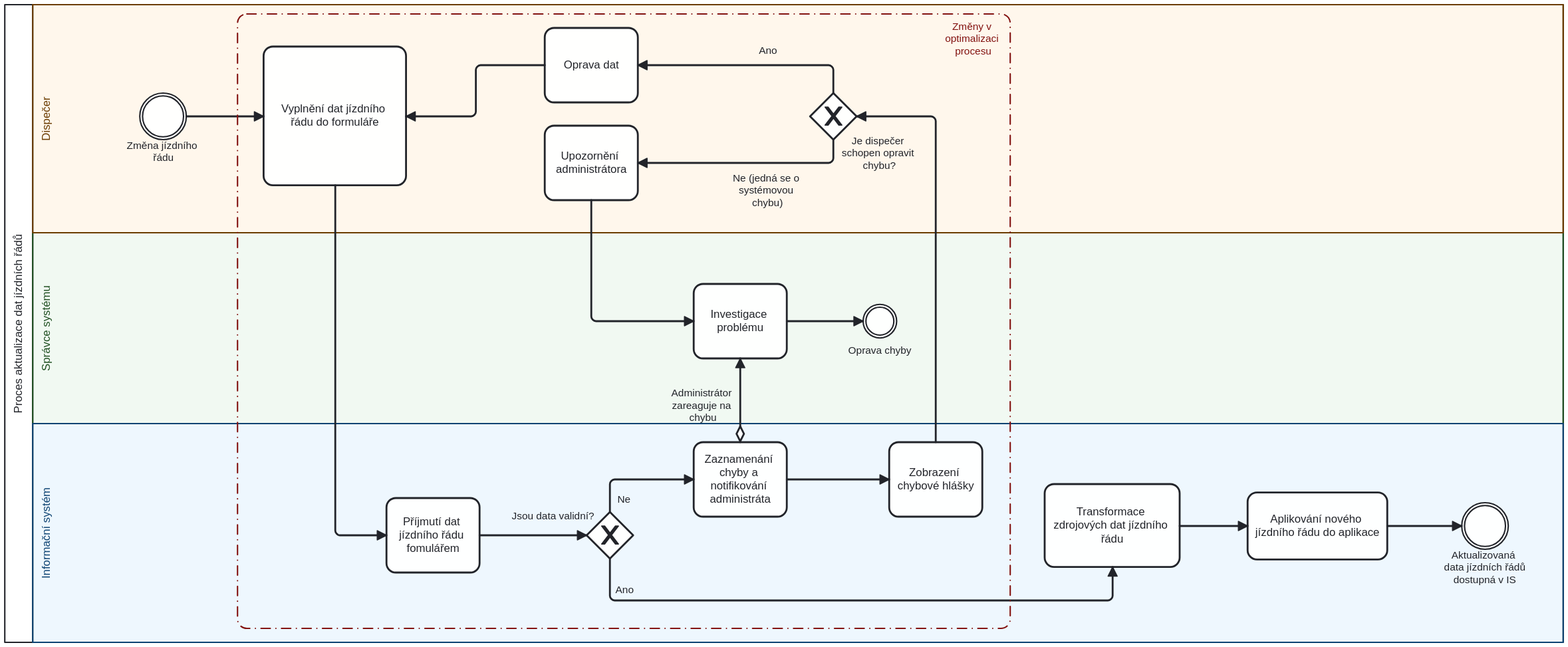
Before: images/Pr1_v2 Aktualizace dat jízdních řádů.svg, a diagram exported from BPMN (StrangerTwo/bachelor-thesis). Its source is kept beside it as images/Pr1_v2 Aktualizace dat jízdních řádů.bpmn. Ids are renumbered.
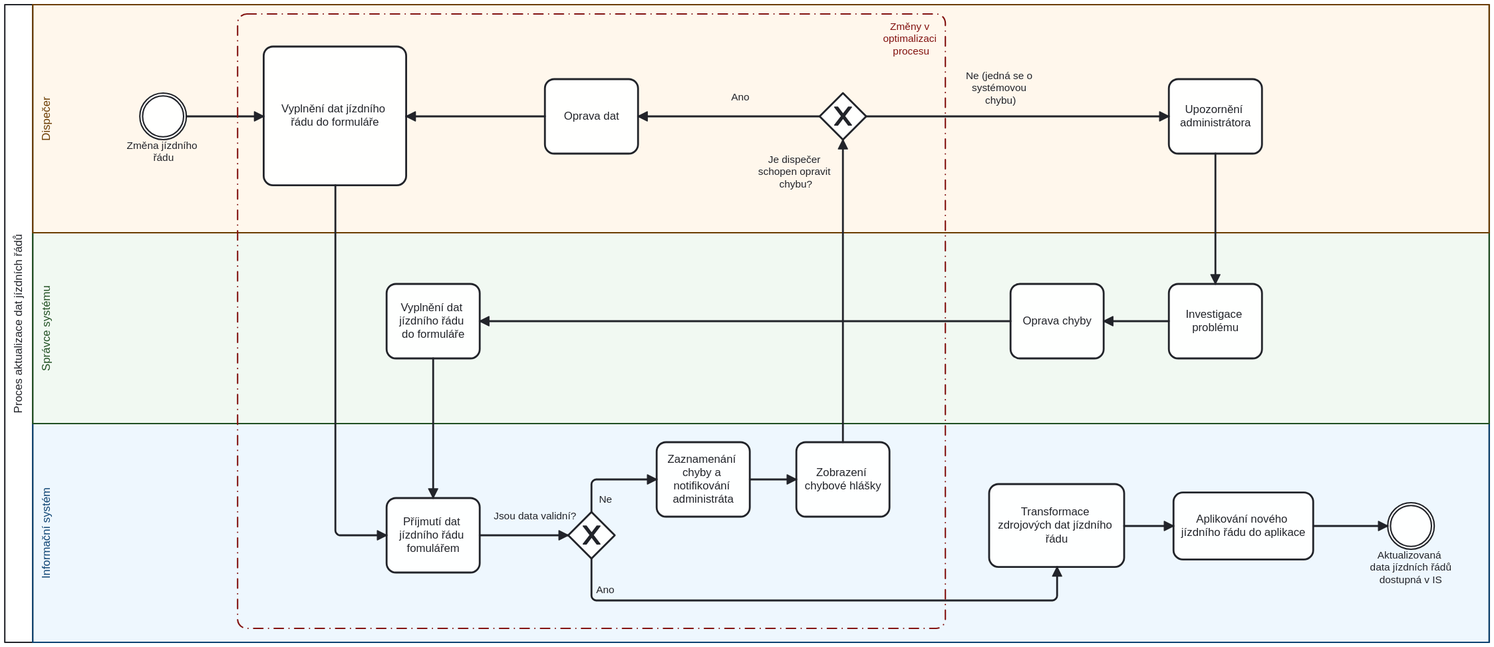
Later version of the same file.

Change to the diagram source:
```diff
@@ -1,4 +1,4 @@
-<definitions xmlns="http://www.omg.org/spec/BPMN/20100524/MODEL" xmlns:bpmndi="http://www.omg.org/spec/BPMN/20100524/DI" xmlns:di="http://www.omg.org/spec/DD/20100524/DI" xmlns:dc="http://www.omg.org/spec/DD/20100524/DC" xmlns:xsi="http://www.w3.org/2001/XMLSchema-instance" xmlns:bioc="http://bpmn.io/schema/bpmn/biocolor/1.0" xmlns:color="http://www.omg.org/spec/BPMN/non-normative/color/1.0" id="Definitions_Online_Order_Fulfillment" targetNamespace="http://example.com/bpmn" exporter="bpmn-js (https://demo.bpmn.io)" exporterVersion="18.10.1">
+<definitions xmlns="http://www.omg.org/spec/BPMN/20100524/MODEL" xmlns:bpmndi="http://www.omg.org/spec/BPMN/20100524/DI" xmlns:di="http://www.omg.org/spec/DD/20100524/DI" xmlns:dc="http://www.omg.org/spec/DD/20100524/DC" xmlns:xsi="http://www.w3.org/2001/XMLSchema-instance" xmlns:bioc="http://bpmn.io/schema/bpmn/biocolor/1.0" xmlns:color="http://www.omg.org/spec/BPMN/non-normative/color/1.0" id="Definitions_Online_Order_Fulfillment" targetNamespace="http://example.com/bpmn" exporter="bpmn-js (https://demo.bpmn.io)" exporterVersion="18.12.0">
   <message id="Message_Online_Order_Fulfillment" name="Online Order Fulfillment" />
   <collaboration id="Collaboration_Online_Order_Fulfillment">
     <participant id="Participant_Proces_aktualizace_dat_j_zdn_ch___d_" name="Proces aktualizace dat jízdních řádů" processRef="Process_Proces_aktualizace_dat_j_zdn_ch___d_" />
@@ -10,21 +10,22 @@
         <flowNodeRef>Zm_na_j_zdn_ho___du</flowNodeRef>
         <flowNodeRef>Informov_n__spr_vce_syst_mu_o_zm_n__j_zdn_ch___d_</flowNodeRef>
         <flowNodeRef>Activity_n3</flowNodeRef>
+        <flowNodeRef>Gateway_n5</flowNodeRef>
         <flowNodeRef>Activity_n4</flowNodeRef>
-        <flowNodeRef>Gateway_n5</flowNodeRef>
       </lane>
       <lane id="Lane_Spr_vce_syst_mu" name="Správce systému">
+        <flowNodeRef>Activity_n26</flowNodeRef>
         <flowNodeRef>Activity_n6</flowNodeRef>
-        <flowNodeRef>Event_n7</flowNodeRef>
+        <flowNodeRef>Activity_n27</flowNodeRef>
       </lane>
       <lane id="Lane_Informa_n__syst_m" name="Informační systém">
+        <flowNodeRef>Activity_n10</flowNodeRef>
+        <flowNodeRef>Gateway_n11</flowNodeRef>
         <flowNodeRef>Activity_n8</flowNodeRef>
         <flowNodeRef>Activity_n9</flowNodeRef>
-        <flowNodeRef>Activity_n10</flowNodeRef>
-        <flowNodeRef>Gateway_n11</flowNodeRef>
-        <flowNodeRef>Transformace_zdrojov_ch_dat_j_zdn_ho___du</flowNodeRef>
         <flowNodeRef>Nahr_n__dat_do_syst_mu</flowNodeRef>
         <flowNodeRef>Aktualizovan__data_j_zdn_ch___d__dostupn__v_IS</flowNodeRef>
+        <flowNodeRef>Transformace_zdrojov_ch_dat_j_zdn_ho___du</flowNodeRef>
       </lane>
     </laneSet>
     <sequenceFlow id="Flow_rel-Zm_na_j_zdn_ho___du-Informov_n__spr_vce_syst_mu_o_zm_n__j_zdn_ch___d_-forward" sourceRef="Zm_na_j_zdn_ho___du" targetRef="Informov_n__spr_vce_syst_mu_o_zm_n__j_zdn_ch___d_" />
@@ -35,10 +36,6 @@
     <sequenceFlow id="Flow_n15" sourceRef="Activity_n8" targetRef="Activity_n9" />
     <sequenceFlow id="Flow_n16" sourceRef="Activity_n9" targetRef="Gateway_n5" />
     <sequenceFlow id="Flow_n17" sourceRef="Activity_n4" targetRef="Activity_n6" />
-    <sequenceFlow id="Flow_n18" sourceRef="Activity_n6" targetRef="Event_n7" />
-    <sequenceFlow id="Flow_n19" name="Administrátor zareaguje na chybu" sourceRef="Activity_n8" targetRef="Activity_n6">
-      <conditionExpression xsi:type="tFormalExpression"></conditionExpression>
-    </sequenceFlow>
     <sequenceFlow id="Flow_n20" name="Ano" sourceRef="Gateway_n11" targetRef="Transformace_zdrojov_ch_dat_j_zdn_ho___du" />
     <sequenceFlow id="Flow_n21" sourceRef="Transformace_zdrojov_ch_dat_j_zdn_ho___du" targetRef="Nahr_n__dat_do_syst_mu" />
     <intermediateCatchEvent id="Zm_na_j_zdn_ho___du" name="Změna jízdního řádu" />
@@ -49,55 +46,62 @@
       <incoming>Flow_n24</incoming>
       <outgoing>Flow_n12</outgoing>
     </task>
+    <task id="Activity_n10" name="Příjmutí dat jízdního řádu fomulářem">
+      <incoming>Flow_n12</incoming>
+      <incoming>Flow_n28</incoming>
+      <outgoing>Flow_n13</outgoing>
+    </task>
+    <sequenceFlow id="Flow_n29" sourceRef="Activity_n6" targetRef="Activity_n27" />
+    <sequenceFlow id="Flow_n30" sourceRef="Activity_n27" targetRef="Activity_n26" />
+    <task id="Activity_n26" name="Vyplnění dat jízdního řádu do formuláře">
+      <incoming>Flow_n30</incoming>
+      <outgoing>Flow_n28</outgoing>
+    </task>
+    <sequenceFlow id="Flow_n28" sourceRef="Activity_n26" targetRef="Activity_n10" />
+    <exclusiveGateway id="Gateway_n11" name="Jsou data validní?">
+      <incoming>Flow_n13</incoming>
+      <outgoing>Flow_n14</outgoing>
+      <outgoing>Flow_n20</outgoing>
+    </exclusiveGateway>
     <task id="Activity_n3" name="Oprava dat">
       <incoming>Flow_n22</incoming>
       <outgoing>Flow_n24</outgoing>
     </task>
-    <task id="Activity_n4" name="Upozornění administrátora">
-      <incoming>Flow_n23</incoming>
-      <outgoing>Flow_n17</outgoing>
+    <task id="Activity_n8" name="Zaznamenání chyby a notifikování administráta">
+      <incoming>Flow_n14</incoming>
+      <outgoing>Flow_n15</outgoing>
+    </task>
+    <task id="Activity_n9" name="Zobrazení chybové hlášky">
+      <incoming>Flow_n15</incoming>
+      <outgoing>Flow_n16</outgoing>
     </task>
     <exclusiveGateway id="Gateway_n5" name="Je dispečer schopen opravit chybu?">
       <incoming>Flow_n16</incoming>
       <outgoing>Flow_n22</outgoing>
       <outgoing>Flow_n23</outgoing>
     </exclusiveGateway>
-    <task id="Activity_n6" name="Investigace problému">
-      <incoming>Flow_n17</incoming>
-      <incoming>Flow_n19</incoming>
-      <outgoing>Flow_n18</outgoing>
-    </task>
-    <intermediateThrowEvent id="Event_n7" name="Oprava chyby">
-      <incoming>Flow_n18</incoming>
-    </intermediateThrowEvent>
-    <task id="Activity_n8" name="Zaznamenání chyby a notifikování administráta">
-      <incoming>Flow_n14</incoming>
-      <outgoing>Flow_n15</outgoing>
-      <outgoing>Flow_n19</outgoing>
-    </task>
-    <task id="Activity_n9" name="Zobrazení chybové hlášky">
-      <incoming>Flow_n15</incoming>
-      <outgoing>Flow_n16</outgoing>
-    </task>
-    <task id="Activity_n10" name="Příjmutí dat jízdního řádu fomulářem">
-      <incoming>Flow_n12</incoming>
-      <outgoing>Flow_n13</outgoing>
-    </task>
-    <exclusiveGateway id="Gateway_n11" name="Jsou data validní?">
-      <incoming>Flow_n13</incoming>
-      <outgoing>Flow_n14</outgoing>
-      <outgoing>Flow_n20</outgoing>
-    </exclusiveGateway>
-    <task id="Transformace_zdrojov_ch_dat_j_zdn_ho___du" name="Transformace zdrojových dat jízdního řádu">
-      <incoming>Flow_n20</incoming>
-      <outgoing>Flow_n21</outgoing>
-    </task>
     <task id="Nahr_n__dat_do_syst_mu" name="Aplikování nového jízdního řádu do aplikace">
       <incoming>Flow_n21</incoming>
     </task>
     <intermediateCatchEvent id="Aktualizovan__data_j_zdn_ch___d__dostupn__v_IS" name="Aktualizovaná data jízdních řádů dostupná v IS">
       <incoming>Flow_rel-Nahr_n__dat_do_syst_mu-Nasazen__nov__verze_aplikace-forward</incoming>
     </intermediateCatchEvent>
+    <task id="Activity_n4" name="Upozornění administrátora">
+      <incoming>Flow_n23</incoming>
+      <outgoing>Flow_n17</outgoing>
+    </task>
+    <task id="Activity_n6" name="Investigace problému">
+      <incoming>Flow_n17</incoming>
+      <outgoing>Flow_n29</outgoing>
+    </task>
+    <task id="Activity_n27" name="Oprava chyby">
+      <incoming>Flow_n29</incoming>
+      <outgoing>Flow_n30</outgoing>
+    </task>
+    <task id="Transformace_zdrojov_ch_dat_j_zdn_ho___du" name="Transformace zdrojových dat jízdního řádu">
+      <incoming>Flow_n20</incoming>
+      <outgoing>Flow_n21</outgoing>
+    </task>
   </process>
   <category id="Category_n25">
     <categoryValue id="CategoryValue_n2" value="Změny v optimalizaci procesu" />
@@ -105,18 +109,18 @@
   <bpmndi:BPMNDiagram id="BPMNDiagram_1">
     <bpmndi:BPMNPlane id="BPMNPlane_1" bpmnElement="Collaboration_Online_Order_Fulfillment">
       <bpmndi:BPMNShape id="Participant_Proces_aktualizace_dat_j_zdn_ch___d__di" bpmnElement="Participant_Proces_aktualizace_dat_j_zdn_ch___d_" isHorizontal="true">
-        <dc:Bounds x="130" y="60" width="1674" height="685" />
-        <bpmndi:BPMNLabel />
-      </bpmndi:BPMNShape>
-      <bpmndi:BPMNShape id="LaneShape_Spr_vce_syst_mu" bpmnElement="Lane_Spr_vce_syst_mu" isHorizontal="true" bioc:stroke="#205022" bioc:fill="#c8e6c9" color:background-color="#c8e6c9" color:border-color="#205022">
-        <dc:Bounds x="160" y="305" width="1644" height="205" />
-      </bpmndi:BPMNShape>
-      <bpmndi:BPMNShape id="LaneShape_Dopravce" bpmnElement="Lane_Dopravce" isHorizontal="true" bioc:stroke="#6b3c00" bioc:fill="#ffe0b2" color:background-color="#ffe0b2" color:border-color="#6b3c00">
-        <dc:Bounds x="160" y="60" width="1644" height="245" />
+        <dc:Bounds x="130" y="60" width="1594" height="685" />
         <bpmndi:BPMNLabel />
       </bpmndi:BPMNShape>
       <bpmndi:BPMNShape id="LaneShape_Informa_n__syst_m" bpmnElement="Lane_Informa_n__syst_m" isHorizontal="true" bioc:stroke="#0d4372" bioc:fill="#bbdefb" color:background-color="#bbdefb" color:border-color="#0d4372">
-        <dc:Bounds x="160" y="510" width="1644" height="235" />
+        <dc:Bounds x="160" y="510" width="1564" height="235" />
+      </bpmndi:BPMNShape>
+      <bpmndi:BPMNShape id="LaneShape_Spr_vce_syst_mu" bpmnElement="Lane_Spr_vce_syst_mu" isHorizontal="true" bioc:stroke="#205022" bioc:fill="#c8e6c9" color:background-color="#c8e6c9" color:border-color="#205022">
+        <dc:Bounds x="160" y="305" width="1564" height="205" />
+      </bpmndi:BPMNShape>
+      <bpmndi:BPMNShape id="LaneShape_Dopravce" bpmnElement="Lane_Dopravce" isHorizontal="true" bioc:stroke="#6b3c00" bioc:fill="#ffe0b2" color:background-color="#ffe0b2" color:border-color="#6b3c00">
+        <dc:Bounds x="160" y="60" width="1564" height="245" />
+        <bpmndi:BPMNLabel />
       </bpmndi:BPMNShape>
       <bpmndi:BPMNShape id="Shape_Zm_na_j_zdn_ho___du" bpmnElement="Zm_na_j_zdn_ho___du">
         <dc:Bounds x="275" y="155" width="50" height="50" />
@@ -128,68 +132,70 @@
         <dc:Bounds x="408" y="105" width="153" height="149" />
         <bpmndi:BPMNLabel />
       </bpmndi:BPMNShape>
-      <bpmndi:BPMNShape id="Activity_n3_di" bpmnElement="Activity_n3">
-        <dc:Bounds x="710" y="85" width="100" height="80" />
-        <bpmndi:BPMNLabel />
-      </bpmndi:BPMNShape>
-      <bpmndi:BPMNShape id="Activity_n4_di" bpmnElement="Activity_n4">
-        <dc:Bounds x="710" y="190" width="100" height="80" />
-        <bpmndi:BPMNLabel />
-      </bpmndi:BPMNShape>
-      <bpmndi:BPMNShape id="Gateway_n5_di" bpmnElement="Gateway_n5" isMarkerVisible="true">
-        <dc:Bounds x="995" y="155" width="50" height="50" />
-        <bpmndi:BPMNLabel>
-          <dc:Bounds x="1029" y="200" width="81" height="40" />
-        </bpmndi:BPMNLabel>
-      </bpmndi:BPMNShape>
-      <bpmndi:BPMNShape id="Activity_n6_di" bpmnElement="Activity_n6">
-        <dc:Bounds x="870" y="360" width="100" height="80" />
-        <bpmndi:BPMNLabel />
-      </bpmndi:BPMNShape>
-      <bpmndi:BPMNShape id="Event_n7_di" bpmnElement="Event_n7">
-        <dc:Bounds x="1052" y="382" width="36" height="36" />
-        <bpmndi:BPMNLabel>
-          <dc:Bounds x="1036" y="425" width="68" height="14" />
-        </bpmndi:BPMNLabel>
-      </bpmndi:BPMNShape>
-      <bpmndi:BPMNShape id="Activity_n8_di" bpmnElement="Activity_n8">
-        <dc:Bounds x="870" y="530" width="100" height="80" />
-        <bpmndi:BPMNLabel />
-      </bpmndi:BPMNShape>
-      <bpmndi:BPMNShape id="Activity_n9_di" bpmnElement="Activity_n9">
-        <dc:Bounds x="1080" y="530" width="100" height="80" />
-        <bpmndi:BPMNLabel />
-      </bpmndi:BPMNShape>
       <bpmndi:BPMNShape id="Activity_n10_di" bpmnElement="Activity_n10">
         <dc:Bounds x="540" y="590" width="100" height="80" />
         <bpmndi:BPMNLabel />
       </bpmndi:BPMNShape>
+      <bpmndi:BPMNShape id="Activity_n26_di" bpmnElement="Activity_n26">
+        <dc:Bounds x="540" y="360" width="100" height="80" />
+        <bpmndi:BPMNLabel />
+      </bpmndi:BPMNShape>
       <bpmndi:BPMNShape id="Gateway_n11_di" bpmnElement="Gateway_n11" isMarkerVisible="true">
-        <dc:Bounds x="755" y="605" width="50" height="50" />
+        <dc:Bounds x="735" y="605" width="50" height="50" />
         <bpmndi:BPMNLabel>
-          <dc:Bounds x="674.5" y="603" width="89" height="14" />
+          <dc:Bounds x="655" y="603" width="89" height="14" />
         </bpmndi:BPMNLabel>
       </bpmndi:BPMNShape>
-      <bpmndi:BPMNShape id="Shape_Transformace_zdrojov_ch_dat_j_zdn_ho___du" bpmnElement="Transformace_zdrojov_ch_dat_j_zdn_ho___du">
-        <dc:Bounds x="1247" y="575" width="145" height="89" />
+      <bpmndi:BPMNShape id="Activity_n3_di" bpmnElement="Activity_n3">
+        <dc:Bounds x="710" y="140" width="100" height="80" />
+        <bpmndi:BPMNLabel />
+      </bpmndi:BPMNShape>
+      <bpmndi:BPMNShape id="Activity_n8_di" bpmnElement="Activity_n8">
+        <dc:Bounds x="830" y="530" width="100" height="80" />
+        <bpmndi:BPMNLabel />
+      </bpmndi:BPMNShape>
+      <bpmndi:BPMNShape id="Activity_n9_di" bpmnElement="Activity_n9">
+        <dc:Bounds x="980" y="530" width="100" height="80" />
+        <bpmndi:BPMNLabel />
+      </bpmndi:BPMNShape>
+      <bpmndi:BPMNShape id="Gateway_n5_di" bpmnElement="Gateway_n5" isMarkerVisible="true">
+        <dc:Bounds x="1005" y="155" width="50" height="50" />
+        <bpmndi:BPMNLabel>
+          <dc:Bounds x="939" y="220" width="81" height="40" />
+        </bpmndi:BPMNLabel>
       </bpmndi:BPMNShape>
       <bpmndi:BPMNShape id="Shape_Nahr_n__dat_do_syst_mu" bpmnElement="Nahr_n__dat_do_syst_mu">
-        <dc:Bounds x="1465" y="584" width="150" height="72" />
+        <dc:Bounds x="1385" y="584" width="150" height="72" />
         <bpmndi:BPMNLabel />
       </bpmndi:BPMNShape>
       <bpmndi:BPMNShape id="Shape_Aktualizovan__data_j_zdn_ch___d__dostupn__v_IS" bpmnElement="Aktualizovan__data_j_zdn_ch___d__dostupn__v_IS">
-        <dc:Bounds x="1695" y="595" width="50" height="50" />
+        <dc:Bounds x="1615" y="595" width="50" height="50" />
         <bpmndi:BPMNLabel>
-          <dc:Bounds x="1676" y="645" width="88" height="40" />
+          <dc:Bounds x="1596" y="645" width="88" height="40" />
         </bpmndi:BPMNLabel>
+      </bpmndi:BPMNShape>
+      <bpmndi:BPMNShape id="Activity_n4_di" bpmnElement="Activity_n4">
+        <dc:Bounds x="1380" y="140" width="100" height="80" />
+        <bpmndi:BPMNLabel />
+      </bpmndi:BPMNShape>
+      <bpmndi:BPMNShape id="Activity_n6_di" bpmnElement="Activity_n6">
+        <dc:Bounds x="1380" y="360" width="100" height="80" />
+        <bpmndi:BPMNLabel />
+      </bpmndi:BPMNShape>
+      <bpmndi:BPMNShape id="Activity_n27_di" bpmnElement="Activity_n27">
+        <dc:Bounds x="1210" y="360" width="100" height="80" />
+        <bpmndi:BPMNLabel />
+      </bpmndi:BPMNShape>
+      <bpmndi:BPMNShape id="Shape_Transformace_zdrojov_ch_dat_j_zdn_ho___du" bpmnElement="Transformace_zdrojov_ch_dat_j_zdn_ho___du">
+        <dc:Bounds x="1187" y="575" width="145" height="89" />
       </bpmndi:BPMNShape>
       <bpmndi:BPMNEdge id="Edge_Flow_rel-Zm_na_j_zdn_ho___du-Informov_n__spr_vce_syst_mu_o_zm_n__j_zdn_ch___d_-forward" bpmnElement="Flow_rel-Zm_na_j_zdn_ho___du-Informov_n__spr_vce_syst_mu_o_zm_n__j_zdn_ch___d_-forward">
         <di:waypoint x="325" y="180" />
         <di:waypoint x="408" y="180" />
       </bpmndi:BPMNEdge>
       <bpmndi:BPMNEdge id="Edge_Flow_rel-Nahr_n__dat_do_syst_mu-Nasazen__nov__verze_aplikace-forward" bpmnElement="Flow_rel-Nahr_n__dat_do_syst_mu-Nasazen__nov__verze_aplikace-forward">
+        <di:waypoint x="1535" y="620" />
         <di:waypoint x="1615" y="620" />
-        <di:waypoint x="1695" y="620" />
       </bpmndi:BPMNEdge>
       <bpmndi:BPMNEdge id="Flow_n12_di" bpmnElement="Flow_n12">
         <di:waypoint x="485" y="254" />
@@ -198,80 +204,75 @@
       </bpmndi:BPMNEdge>
       <bpmndi:BPMNEdge id="Flow_n13_di" bpmnElement="Flow_n13">
         <di:waypoint x="640" y="630" />
-        <di:waypoint x="755" y="630" />
+        <di:waypoint x="735" y="630" />
       </bpmndi:BPMNEdge>
       <bpmndi:BPMNEdge id="Flow_n14_di" bpmnElement="Flow_n14">
-        <di:waypoint x="780" y="605" />
-        <di:waypoint x="780" y="570" />
-        <di:waypoint x="870" y="570" />
+        <di:waypoint x="760" y="605" />
+        <di:waypoint x="760" y="570" />
+        <di:waypoint x="830" y="570" />
         <bpmndi:BPMNLabel>
-          <dc:Bounds x="788" y="585" width="15" height="14" />
+          <dc:Bounds x="768" y="585" width="15" height="14" />
         </bpmndi:BPMNLabel>
       </bpmndi:BPMNEdge>
       <bpmndi:BPMNEdge id="Flow_n15_di" bpmnElement="Flow_n15">
-        <di:waypoint x="970" y="570" />
-        <di:waypoint x="1080" y="570" />
+        <di:waypoint x="930" y="570" />
+        <di:waypoint x="980" y="570" />
       </bpmndi:BPMNEdge>
       <bpmndi:BPMNEdge id="Flow_n16_di" bpmnElement="Flow_n16">
-        <di:waypoint x="1130" y="530" />
-        <di:waypoint x="1130" y="180" />
-        <di:waypoint x="1045" y="180" />
+        <di:waypoint x="1030" y="530" />
+        <di:waypoint x="1030" y="205" />
       </bpmndi:BPMNEdge>
       <bpmndi:BPMNEdge id="Flow_n17_di" bpmnElement="Flow_n17">
-        <di:waypoint x="760" y="270" />
-        <di:waypoint x="760" y="400" />
-        <di:waypoint x="870" y="400" />
-      </bpmndi:BPMNEdge>
-      <bpmndi:BPMNEdge id="Flow_n18_di" bpmnElement="Flow_n18">
-        <di:waypoint x="970" y="400" />
-        <di:waypoint x="1052" y="400" />
-      </bpmndi:BPMNEdge>
-      <bpmndi:BPMNEdge id="Flow_n19_di" bpmnElement="Flow_n19">
-        <di:waypoint x="920" y="530" />
-        <di:waypoint x="920" y="440" />
-        <bpmndi:BPMNLabel>
-          <dc:Bounds x="846" y="471" width="68" height="40" />
-        </bpmndi:BPMNLabel>
+        <di:waypoint x="1430" y="220" />
+        <di:waypoint x="1430" y="360" />
       </bpmndi:BPMNEdge>
       <bpmndi:BPMNEdge id="Flow_n20_di" bpmnElement="Flow_n20">
-        <di:waypoint x="780" y="655" />
-        <di:waypoint x="780" y="700" />
-        <di:waypoint x="1320" y="700" />
-        <di:waypoint x="1320" y="664" />
+        <di:waypoint x="760" y="655" />
+        <di:waypoint x="760" y="700" />
+        <di:waypoint x="1260" y="700" />
+        <di:waypoint x="1260" y="664" />
         <bpmndi:BPMNLabel>
-          <dc:Bounds x="786" y="682" width="20" height="14" />
+          <dc:Bounds x="765" y="682" width="20" height="14" />
         </bpmndi:BPMNLabel>
       </bpmndi:BPMNEdge>
       <bpmndi:BPMNEdge id="Flow_n21_di" bpmnElement="Flow_n21">
-        <di:waypoint x="1392" y="620" />
-        <di:waypoint x="1465" y="620" />
+        <di:waypoint x="1332" y="620" />
+        <di:waypoint x="1385" y="620" />
       </bpmndi:BPMNEdge>
       <bpmndi:BPMNEdge id="Flow_n22_di" bpmnElement="Flow_n22">
-        <di:waypoint x="1020" y="155" />
-        <di:waypoint x="1020" y="125" />
-        <di:waypoint x="810" y="125" />
+        <di:waypoint x="1005" y="180" />
+        <di:waypoint x="810" y="180" />
         <bpmndi:BPMNLabel>
-          <dc:Bounds x="940" y="103" width="20" height="14" />
+          <dc:Bounds x="910" y="153" width="20" height="14" />
         </bpmndi:BPMNLabel>
       </bpmndi:BPMNEdge>
       <bpmndi:BPMNEdge id="Flow_n23_di" bpmnElement="Flow_n23">
-        <di:waypoint x="1020" y="205" />
-        <di:waypoint x="1020" y="230" />
-        <di:waypoint x="810" y="230" />
+        <di:waypoint x="1055" y="180" />
+        <di:waypoint x="1380" y="180" />
         <bpmndi:BPMNLabel>
-          <dc:Bounds x="912" y="240" width="75" height="40" />
+          <dc:Bounds x="1162" y="130" width="75" height="40" />
         </bpmndi:BPMNLabel>
       </bpmndi:BPMNEdge>
       <bpmndi:BPMNEdge id="Flow_n24_di" bpmnElement="Flow_n24">
-        <di:waypoint x="710" y="125" />
-        <di:waypoint x="636" y="125" />
-        <di:waypoint x="636" y="180" />
+        <di:waypoint x="710" y="180" />
         <di:waypoint x="561" y="180" />
       </bpmndi:BPMNEdge>
+      <bpmndi:BPMNEdge id="Flow_n29_di" bpmnElement="Flow_n29">
+        <di:waypoint x="1380" y="400" />
+        <di:waypoint x="1310" y="400" />
+      </bpmndi:BPMNEdge>
+      <bpmndi:BPMNEdge id="Flow_n30_di" bpmnElement="Flow_n30">
+        <di:waypoint x="1210" y="400" />
+        <di:waypoint x="640" y="400" />
+      </bpmndi:BPMNEdge>
+      <bpmndi:BPMNEdge id="Flow_n28_di" bpmnElement="Flow_n28">
+        <di:waypoint x="590" y="440" />
+        <di:waypoint x="590" y="590" />
+      </bpmndi:BPMNEdge>
       <bpmndi:BPMNShape id="Group_n1_di" bpmnElement="Group_n1" bioc:stroke="#831311" bioc:fill="#ffcdd2" color:background-color="#ffcdd2" color:border-color="#831311">
-        <dc:Bounds x="380" y="70" width="830" height="660" />
+        <dc:Bounds x="380" y="70" width="760" height="660" />
         <bpmndi:BPMNLabel>
-          <dc:Bounds x="1140" y="77" width="61" height="40" />
+          <dc:Bounds x="1073" y="77" width="61" height="40" />
         </bpmndi:BPMNLabel>
       </bpmndi:BPMNShape>
     </bpmndi:BPMNPlane>
```
